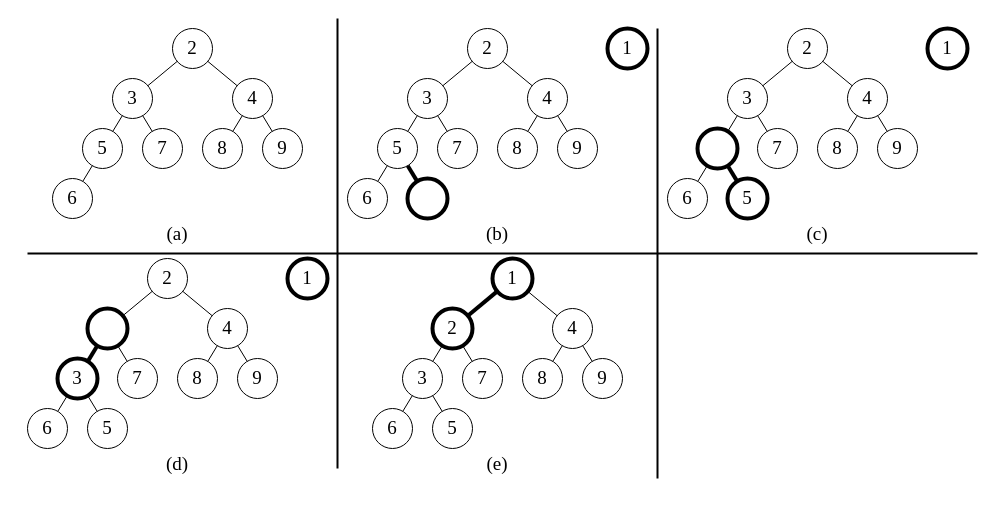
This is 4/4-8.drawio from Wankupi/figures, a draw.io file, before an edit. Source tidied: cells renumbered, new cells numbered last; positions are measured from the earlier drawing's top-left corner, leaving out a move shared by most shapes. Both pictures are drawn from the tidied source at 100%, with x=0, y=0 at pixel (17, 18).
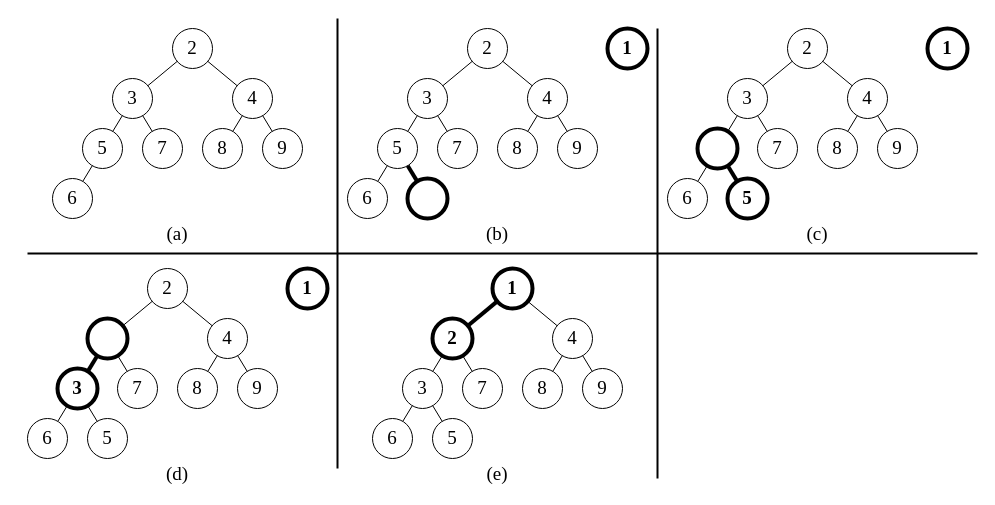
After the change.

The change refers to these unchanged cells:
```xml
<mxCell id="20" style="group;" parent="19" vertex="1">
  <mxGeometry x="10" width="300" height="190" as="geometry" />
</mxCell>
<mxCell id="40" style="group;" parent="39" vertex="1">
  <mxGeometry x="10" width="300" height="190" as="geometry" />
</mxCell>
<mxCell id="60" style="group;" parent="59" vertex="1">
  <mxGeometry x="35" width="250" height="190" as="geometry" />
</mxCell>
<mxCell id="82" style="group;" parent="81" vertex="1">
  <mxGeometry x="10" width="300" height="190" as="geometry" />
</mxCell>
```

The edit, as a diff of the source:
```diff
@@
-    <mxCell id="36" value="1" style="ellipse;whiteSpace=wrap;html=1;fontFamily=Times New Roman;fontSize=19;strokeWidth=4;" parent="20" vertex="1">
+    <mxCell id="36" value="1" style="ellipse;whiteSpace=wrap;html=1;fontFamily=Times New Roman;fontSize=19;strokeWidth=4;fontStyle=1;" parent="20" vertex="1">
       <mxGeometry x="260" width="40" height="40" as="geometry" />
     </mxCell>
-    <mxCell id="37" value="5" style="ellipse;whiteSpace=wrap;html=1;fontFamily=Times New Roman;fontSize=19;strokeWidth=4;" parent="20" vertex="1">
+    <mxCell id="37" value="5" style="ellipse;whiteSpace=wrap;html=1;fontFamily=Times New Roman;fontSize=19;strokeWidth=4;fontStyle=1;" parent="20" vertex="1">
       <mxGeometry x="60" y="150" width="40" height="40" as="geometry" />
     </mxCell>
@@
     <mxCell id="39" value="&lt;font style=&quot;font-size: 19px;&quot; face=&quot;Times New Roman&quot;&gt;(d)&lt;/font&gt;" style="rounded=0;whiteSpace=wrap;html=1;verticalAlign=bottom;strokeColor=none;fillColor=none;" parent="1" vertex="1">
-      <mxGeometry y="240" width="320" height="220" as="geometry" />
+      <mxGeometry y="250" width="320" height="220" as="geometry" />
     </mxCell>
@@
-    <mxCell id="46" value="3" style="ellipse;whiteSpace=wrap;html=1;fontFamily=Times New Roman;fontSize=19;strokeWidth=4;" parent="40" vertex="1">
+    <mxCell id="46" value="3" style="ellipse;whiteSpace=wrap;html=1;fontFamily=Times New Roman;fontSize=19;strokeWidth=4;fontStyle=1;" parent="40" vertex="1">
       <mxGeometry x="30" y="100" width="40" height="40" as="geometry" />
     </mxCell>
@@
-    <mxCell id="56" value="1" style="ellipse;whiteSpace=wrap;html=1;fontFamily=Times New Roman;fontSize=19;strokeWidth=4;" parent="40" vertex="1">
+    <mxCell id="56" value="1" style="ellipse;whiteSpace=wrap;html=1;fontFamily=Times New Roman;fontSize=19;strokeWidth=4;fontStyle=1;" parent="40" vertex="1">
       <mxGeometry x="260" width="40" height="40" as="geometry" />
     </mxCell>
@@
     <mxCell id="59" value="&lt;font style=&quot;font-size: 19px;&quot; face=&quot;Times New Roman&quot;&gt;(e)&lt;/font&gt;" style="rounded=0;whiteSpace=wrap;html=1;verticalAlign=bottom;strokeColor=none;fillColor=none;" parent="1" vertex="1">
-      <mxGeometry x="320" y="240" width="320" height="220" as="geometry" />
+      <mxGeometry x="320" y="250" width="320" height="220" as="geometry" />
     </mxCell>
@@
-    <mxCell id="61" value="1" style="ellipse;whiteSpace=wrap;html=1;fontFamily=Times New Roman;fontSize=19;strokeWidth=4;" parent="60" vertex="1">
+    <mxCell id="61" value="1" style="ellipse;whiteSpace=wrap;html=1;fontFamily=Times New Roman;fontSize=19;strokeWidth=4;fontStyle=1;" parent="60" vertex="1">
       <mxGeometry x="120" width="40" height="40" as="geometry" />
     </mxCell>
-    <mxCell id="62" value="2" style="ellipse;whiteSpace=wrap;html=1;fontFamily=Times New Roman;fontSize=19;strokeWidth=4;" parent="60" vertex="1">
+    <mxCell id="62" value="2" style="ellipse;whiteSpace=wrap;html=1;fontFamily=Times New Roman;fontSize=19;strokeWidth=4;fontStyle=1;" parent="60" vertex="1">
       <mxGeometry x="60" y="50" width="40" height="40" as="geometry" />
     </mxCell>
@@
-    <mxCell id="98" value="1" style="ellipse;whiteSpace=wrap;html=1;fontFamily=Times New Roman;fontSize=19;strokeWidth=4;" parent="82" vertex="1">
+    <mxCell id="98" value="1" style="ellipse;whiteSpace=wrap;html=1;fontFamily=Times New Roman;fontSize=19;strokeWidth=4;fontStyle=1;" parent="82" vertex="1">
       <mxGeometry x="260" width="40" height="40" as="geometry" />
     </mxCell>
```
